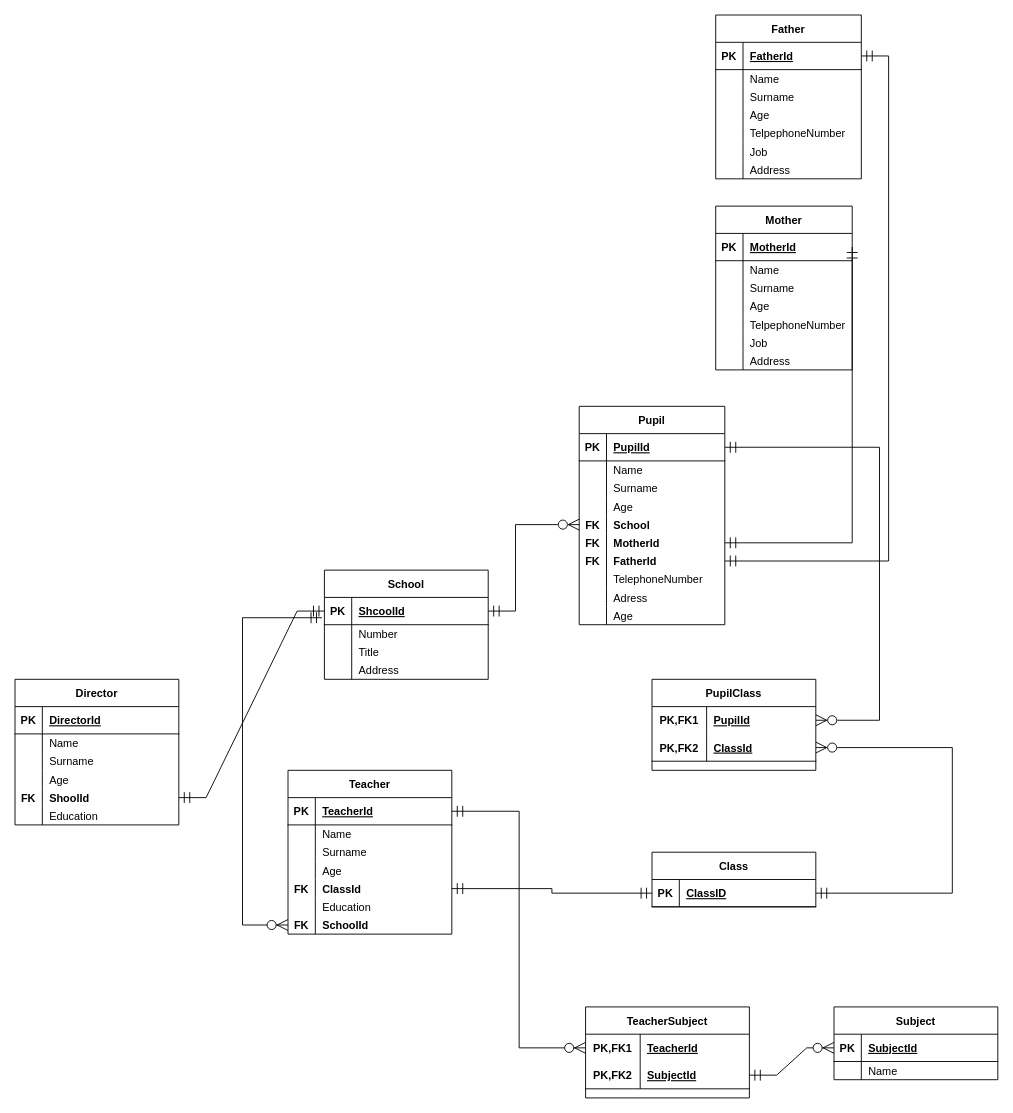
Before: HW/11_10/School.drawio in AlesBan/teachmeskills, a draw.io diagram. Source tidied: cells renumbered, new cells numbered last; positions are measured from the earlier drawing's top-left corner, leaving out a move shared by most shapes. Both pictures are drawn from the tidied source at 91%, with x=0, y=0 at pixel (15, -58).
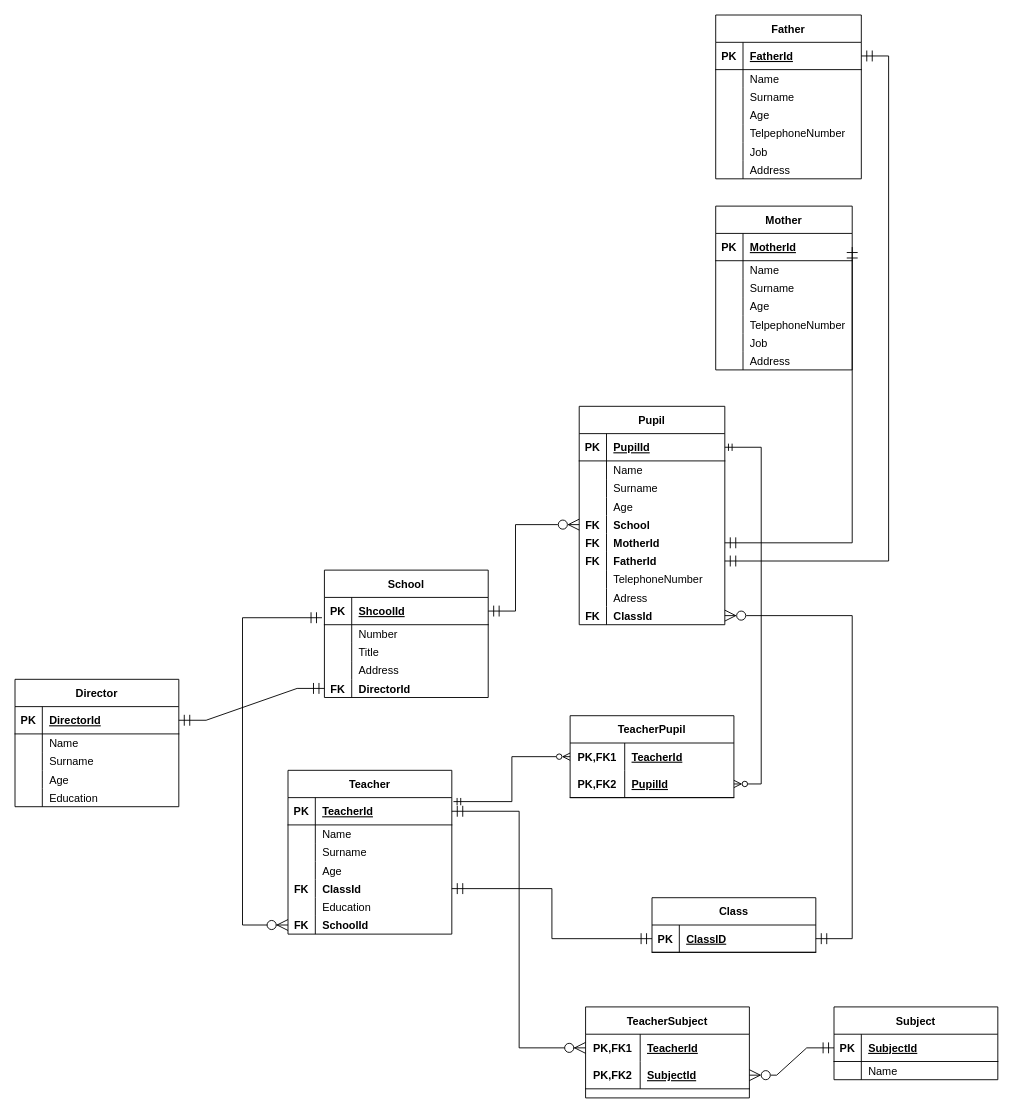
Above is the later version.

The change refers to these unchanged cells:
```xml
<mxCell id="3" style="shape=tableRow;horizontal=0;startSize=0;swimlaneHead=0;swimlaneBody=0;fillColor=none;points=[[0,0.5],[1,0.5]];portConstraint=eastwest;top=0;left=0;right=0;bottom=1;" parent="2" vertex="1">
  <mxGeometry y="30" width="180" height="30" as="geometry" />
</mxCell>
<mxCell id="16" style="shape=tableRow;horizontal=0;startSize=0;swimlaneHead=0;swimlaneBody=0;fillColor=none;points=[[0,0.5],[1,0.5]];portConstraint=eastwest;top=0;left=0;right=0;bottom=1;" parent="15" vertex="1">
  <mxGeometry y="30" width="160" height="30" as="geometry" />
</mxCell>
<mxCell id="43" style="shape=tableRow;horizontal=0;startSize=0;swimlaneHead=0;swimlaneBody=0;fillColor=none;points=[[0,0.5],[1,0.5]];portConstraint=eastwest;top=0;left=0;right=0;bottom=0;" parent="15" vertex="1">
  <mxGeometry y="220" width="160" height="20" as="geometry" />
</mxCell>
<mxCell id="91" style="shape=tableRow;horizontal=0;startSize=0;swimlaneHead=0;swimlaneBody=0;fillColor=none;points=[[0,0.5],[1,0.5]];portConstraint=eastwest;top=0;left=0;right=0;bottom=1;" parent="90" vertex="1">
  <mxGeometry y="30" width="180" height="30" as="geometry" />
</mxCell>
<mxCell id="109" value="Teacher" style="shape=table;startSize=30;childLayout=tableLayout;rowLines=0;fontStyle=1;align=center;" parent="1" vertex="1">
  <mxGeometry x="300" y="910" width="180" height="180" as="geometry" />
</mxCell>
<mxCell id="132" style="shape=tableRow;horizontal=0;startSize=0;swimlaneHead=0;swimlaneBody=0;fillColor=none;points=[[0,0.5],[1,0.5]];portConstraint=eastwest;top=0;left=0;right=0;bottom=1;" parent="131" vertex="1">
  <mxGeometry y="30" width="180" height="30" as="geometry" />
</mxCell>
<mxCell id="146" style="shape=tableRow;horizontal=0;startSize=0;swimlaneHead=0;swimlaneBody=0;fillColor=none;points=[[0,0.5],[1,0.5]];portConstraint=eastwest;top=0;left=0;right=0;bottom=1;" parent="142" vertex="1">
  <mxGeometry y="60" width="180" height="30" as="geometry" />
</mxCell>
<mxCell id="159" style="shape=tableRow;horizontal=0;startSize=0;swimlaneHead=0;swimlaneBody=0;fillColor=none;points=[[0,0.5],[1,0.5]];portConstraint=eastwest;top=0;left=0;right=0;bottom=1;" parent="158" vertex="1">
  <mxGeometry y="30" width="180" height="30" as="geometry" />
</mxCell>
```

Change to the diagram source:
```diff
@@
     <mxCell id="2" value="School" style="shape=table;startSize=30;childLayout=tableLayout;rowLines=0;fontStyle=1;align=center;" parent="1" vertex="1">
-      <mxGeometry x="340" y="690" width="180" height="120" as="geometry" />
+      <mxGeometry x="340" y="690" width="180" height="140" as="geometry" />
     </mxCell>
@@
+    <mxCell id="166" style="shape=tableRow;horizontal=0;startSize=0;swimlaneHead=0;swimlaneBody=0;fillColor=none;points=[[0,0.5],[1,0.5]];portConstraint=eastwest;top=0;left=0;right=0;bottom=0;" parent="2" vertex="1">
+      <mxGeometry y="120" width="180" height="20" as="geometry" />
+    </mxCell>
+    <mxCell id="167" value="FK" style="shape=partialRectangle;fillColor=none;top=0;left=0;bottom=0;right=0;overflow=hidden;fontStyle=1;" parent="166" vertex="1">
+      <mxGeometry width="30" height="20" as="geometry" />
+    </mxCell>
+    <mxCell id="168" value="DirectorId" style="shape=partialRectangle;fillColor=none;top=0;left=0;bottom=0;right=0;align=left;spacingLeft=6;overflow=hidden;fontStyle=1;" parent="166" vertex="1">
+      <mxGeometry x="30" width="150" height="20" as="geometry" />
+    </mxCell>
@@
-    <mxCell id="44" style="shape=partialRectangle;fillColor=none;top=0;left=0;bottom=0;right=0;overflow=hidden;" parent="43" vertex="1">
-      <mxGeometry width="30" height="20" as="geometry" />
-    </mxCell>
-    <mxCell id="45" value="Age" style="shape=partialRectangle;fillColor=none;top=0;left=0;bottom=0;right=0;align=left;spacingLeft=6;overflow=hidden;" parent="43" vertex="1">
-      <mxGeometry x="30" width="130" height="20" as="geometry" />
-    </mxCell>
+    <mxCell id="169" value="FK" style="shape=partialRectangle;fillColor=none;top=0;left=0;bottom=0;right=0;overflow=hidden;fontStyle=1;" parent="43" vertex="1">
+      <mxGeometry width="30" height="20" as="geometry" />
+    </mxCell>
+    <mxCell id="157" value="ClassId" style="shape=partialRectangle;fillColor=none;top=0;left=0;bottom=0;right=0;align=left;spacingLeft=6;overflow=hidden;fontStyle=1;" parent="43" vertex="1">
+      <mxGeometry x="30" width="130" height="20" as="geometry" />
+    </mxCell>
@@
     <mxCell id="90" value="Director" style="shape=table;startSize=30;childLayout=tableLayout;rowLines=0;fontStyle=1;align=center;" parent="1" vertex="1">
-      <mxGeometry y="810" width="180" height="160" as="geometry" />
+      <mxGeometry y="810" width="180" height="140" as="geometry" />
     </mxCell>
@@
-    <mxCell id="103" style="shape=tableRow;horizontal=0;startSize=0;swimlaneHead=0;swimlaneBody=0;fillColor=none;points=[[0,0.5],[1,0.5]];portConstraint=eastwest;top=0;left=0;right=0;bottom=0;fontStyle=1;" parent="90" vertex="1">
-      <mxGeometry y="120" width="180" height="20" as="geometry" />
-    </mxCell>
-    <mxCell id="104" value="FK" style="shape=partialRectangle;fillColor=none;top=0;left=0;bottom=0;right=0;overflow=hidden;fontStyle=1;" parent="103" vertex="1">
-      <mxGeometry width="30" height="20" as="geometry" />
-    </mxCell>
-    <mxCell id="105" value="ShoolId" style="shape=partialRectangle;fillColor=none;top=0;left=0;bottom=0;right=0;align=left;spacingLeft=6;overflow=hidden;fontStyle=1;" parent="103" vertex="1">
-      <mxGeometry x="30" width="150" height="20" as="geometry" />
-    </mxCell>
     <mxCell id="106" style="shape=tableRow;horizontal=0;startSize=0;swimlaneHead=0;swimlaneBody=0;fillColor=none;top=0;left=0;right=0;bottom=0;" parent="90" vertex="1">
-      <mxGeometry y="140" width="180" height="20" as="geometry" />
+      <mxGeometry y="120" width="180" height="20" as="geometry" />
     </mxCell>
@@
-    <mxCell id="139" style="edgeStyle=entityRelationEdgeStyle;fontSize=12;html=1;endArrow=ERmandOne;startArrow=ERmandOne;rounded=0;strokeWidth=1;startSize=10;endSize=10;entryX=0;entryY=0.5;entryDx=0;entryDy=0;exitX=1;exitY=0.5;exitDx=0;exitDy=0;" parent="1" edge="1" source="103" target="3">
+    <mxCell id="139" style="edgeStyle=entityRelationEdgeStyle;fontSize=12;html=1;endArrow=ERmandOne;startArrow=ERmandOne;rounded=0;strokeWidth=1;startSize=10;endSize=10;entryX=0;entryY=0.5;entryDx=0;entryDy=0;exitX=1;exitY=0.5;exitDx=0;exitDy=0;" parent="1" edge="1" source="91" target="166">
       <mxGeometry relative="1" as="geometry" />
     </mxCell>
@@
-    <mxCell id="149" style="edgeStyle=entityRelationEdgeStyle;fontSize=12;html=1;endArrow=ERzeroToMany;startArrow=ERmandOne;rounded=0;strokeWidth=1;startSize=10;endSize=10;entryX=0;entryY=0.5;entryDx=0;entryDy=0;exitX=1;exitY=0.5;exitDx=0;exitDy=0;" parent="1" edge="1" source="146" target="132">
+    <mxCell id="149" style="edgeStyle=entityRelationEdgeStyle;fontSize=12;html=1;endArrow=ERmandOne;startArrow=ERzeroToMany;rounded=0;strokeWidth=1;startSize=10;endSize=10;entryX=0;entryY=0.5;entryDx=0;entryDy=0;exitX=1;exitY=0.5;exitDx=0;exitDy=0;endFill=0;startFill=0;" parent="1" edge="1" source="146" target="132">
       <mxGeometry relative="1" as="geometry" />
     </mxCell>
@@
-    <mxCell id="151" value="PupilClass" style="shape=table;startSize=30;childLayout=tableLayout;rowLines=0;fontStyle=1;align=center;" parent="1" vertex="1">
-      <mxGeometry x="700" y="810" width="180" height="100" as="geometry" />
-    </mxCell>
-    <mxCell id="152" style="shape=tableRow;horizontal=0;startSize=0;swimlaneHead=0;swimlaneBody=0;fillColor=none;points=[[0,0.5],[1,0.5]];portConstraint=eastwest;top=0;left=0;right=0;bottom=0;" parent="151" vertex="1">
-      <mxGeometry y="30" width="180" height="30" as="geometry" />
-    </mxCell>
-    <mxCell id="153" value="PK,FK1" style="shape=partialRectangle;fillColor=none;top=0;left=0;bottom=0;right=0;fontStyle=1;overflow=hidden;" parent="152" vertex="1">
-      <mxGeometry width="60" height="30" as="geometry" />
-    </mxCell>
-    <mxCell id="154" value="PupilId" style="shape=partialRectangle;fillColor=none;top=0;left=0;bottom=0;right=0;align=left;spacingLeft=6;fontStyle=5;overflow=hidden;" parent="152" vertex="1">
-      <mxGeometry x="60" width="120" height="30" as="geometry" />
-    </mxCell>
-    <mxCell id="155" style="shape=tableRow;horizontal=0;startSize=0;swimlaneHead=0;swimlaneBody=0;fillColor=none;points=[[0,0.5],[1,0.5]];portConstraint=eastwest;top=0;left=0;right=0;bottom=1;" parent="151" vertex="1">
-      <mxGeometry y="60" width="180" height="30" as="geometry" />
-    </mxCell>
-    <mxCell id="156" value="PK,FK2" style="shape=partialRectangle;fillColor=none;top=0;left=0;bottom=0;right=0;fontStyle=1;overflow=hidden;" parent="155" vertex="1">
-      <mxGeometry width="60" height="30" as="geometry" />
-    </mxCell>
-    <mxCell id="157" value="ClassId" style="shape=partialRectangle;fillColor=none;top=0;left=0;bottom=0;right=0;align=left;spacingLeft=6;fontStyle=5;overflow=hidden;" parent="155" vertex="1">
-      <mxGeometry x="60" width="120" height="30" as="geometry" />
-    </mxCell>
     <mxCell id="158" value="Class" style="shape=table;startSize=30;childLayout=tableLayout;rowLines=0;fontStyle=1;align=center;" parent="1" vertex="1">
-      <mxGeometry x="700" y="1000" width="180" height="60" as="geometry" />
+      <mxGeometry x="700" y="1050" width="180" height="60" as="geometry" />
     </mxCell>
@@
-    <mxCell id="163" style="edgeStyle=elbowEdgeStyle;rounded=0;jettySize=auto;html=1;exitX=1;exitY=0.5;exitDx=0;exitDy=0;strokeWidth=1;startArrow=ERmandOne;startFill=0;endArrow=ERzeroToMany;endFill=0;startSize=10;endSize=10;entryX=1;entryY=0.5;entryDx=0;entryDy=0;" parent="1" edge="1" source="159" target="155">
+    <mxCell id="163" style="edgeStyle=elbowEdgeStyle;rounded=0;jettySize=auto;html=1;exitX=1;exitY=0.5;exitDx=0;exitDy=0;strokeWidth=1;startArrow=ERmandOne;startFill=0;endArrow=ERzeroToMany;endFill=0;startSize=10;endSize=10;entryX=1;entryY=0.5;entryDx=0;entryDy=0;" parent="1" edge="1" source="159" target="43">
       <mxGeometry relative="1" as="geometry">
         <Array as="points">
+          <mxPoint x="920" y="890" />
+          <mxPoint x="1020" y="900" />
+          <mxPoint x="840" y="830" />
           <mxPoint x="1030" y="940" />
           <mxPoint x="880" y="880" />
           <mxPoint x="1010" y="950" />
           <mxPoint x="950" y="950" />
         </Array>
       </mxGeometry>
     </mxCell>
-    <mxCell id="164" style="edgeStyle=elbowEdgeStyle;rounded=0;jettySize=auto;html=1;strokeWidth=1;startArrow=ERmandOne;startFill=0;endArrow=ERzeroToMany;endFill=0;startSize=10;endSize=10;exitX=1;exitY=0.5;exitDx=0;exitDy=0;entryX=1;entryY=0.5;entryDx=0;entryDy=0;" parent="1" edge="1" source="16" target="152">
-      <mxGeometry relative="1" as="geometry">
-        <Array as="points">
-          <mxPoint x="950" y="690" />
-          <mxPoint x="900" y="820" />
-          <mxPoint x="960" y="790" />
-          <mxPoint x="860" y="630" />
-          <mxPoint x="950" y="580" />
-          <mxPoint x="940" y="730" />
-          <mxPoint x="880" y="660" />
-          <mxPoint x="850" y="670" />
-        </Array>
-      </mxGeometry>
-    </mxCell>
@@
+    <mxCell id="170" value="TeacherPupil" style="shape=table;startSize=30;childLayout=tableLayout;rowLines=0;fontStyle=1;align=center;" parent="1" vertex="1">
+      <mxGeometry x="610" y="850" width="180" height="90" as="geometry" />
+    </mxCell>
+    <mxCell id="152" style="shape=tableRow;horizontal=0;startSize=0;swimlaneHead=0;swimlaneBody=0;fillColor=none;points=[[0,0.5],[1,0.5]];portConstraint=eastwest;top=0;left=0;right=0;bottom=0;" parent="170" vertex="1">
+      <mxGeometry y="30" width="180" height="30" as="geometry" />
+    </mxCell>
+    <mxCell id="153" value="PK,FK1" style="shape=partialRectangle;fillColor=none;top=0;left=0;bottom=0;right=0;fontStyle=1;overflow=hidden;" parent="152" vertex="1">
+      <mxGeometry width="60" height="30" as="geometry" />
+    </mxCell>
+    <mxCell id="171" value="TeacherId" style="shape=partialRectangle;fillColor=none;top=0;left=0;bottom=0;right=0;align=left;spacingLeft=6;fontStyle=5;overflow=hidden;" parent="152" vertex="1">
+      <mxGeometry x="60" width="120" height="30" as="geometry" />
+    </mxCell>
+    <mxCell id="155" style="shape=tableRow;horizontal=0;startSize=0;swimlaneHead=0;swimlaneBody=0;fillColor=none;points=[[0,0.5],[1,0.5]];portConstraint=eastwest;top=0;left=0;right=0;bottom=1;" parent="170" vertex="1">
+      <mxGeometry y="60" width="180" height="30" as="geometry" />
+    </mxCell>
+    <mxCell id="156" value="PK,FK2" style="shape=partialRectangle;fillColor=none;top=0;left=0;bottom=0;right=0;fontStyle=1;overflow=hidden;" parent="155" vertex="1">
+      <mxGeometry width="60" height="30" as="geometry" />
+    </mxCell>
+    <mxCell id="154" value="PupilId" style="shape=partialRectangle;fillColor=none;top=0;left=0;bottom=0;right=0;align=left;spacingLeft=6;fontStyle=5;overflow=hidden;" parent="155" vertex="1">
+      <mxGeometry x="60" width="120" height="30" as="geometry" />
+    </mxCell>
+    <mxCell id="172" style="edgeStyle=elbowEdgeStyle;rounded=0;jettySize=auto;html=1;startArrow=ERmandOne;startFill=0;endArrow=ERzeroToMany;endFill=0;exitX=1.01;exitY=0.191;exitDx=0;exitDy=0;exitPerimeter=0;entryX=0;entryY=0.5;entryDx=0;entryDy=0;" parent="1" edge="1" source="109" target="152">
+      <mxGeometry relative="1" as="geometry" />
+    </mxCell>
+    <mxCell id="173" style="edgeStyle=elbowEdgeStyle;rounded=0;jettySize=auto;html=1;startArrow=ERmandOne;startFill=0;endArrow=ERzeroToMany;endFill=0;entryX=1;entryY=0.5;entryDx=0;entryDy=0;" parent="1" edge="1" source="16" target="155">
+      <mxGeometry relative="1" as="geometry">
+        <Array as="points">
+          <mxPoint x="820" y="920" />
+          <mxPoint x="880" y="720" />
+        </Array>
+      </mxGeometry>
+    </mxCell>
```
